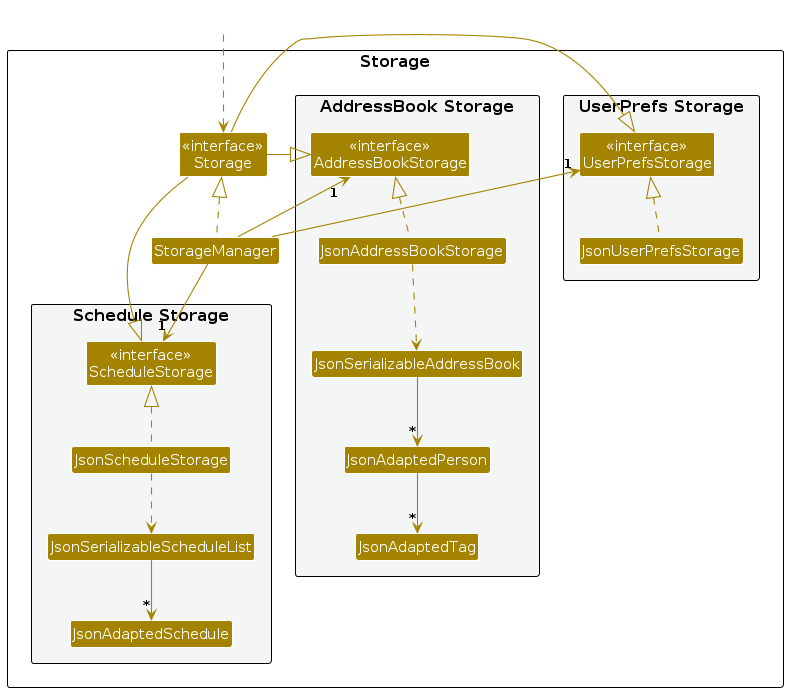
AY2324S2-CS2103T-W08-3/tp keeps this PlantUML diagram as diagrams/StorageClassDiagram.png. Above is the earlier version. Its source is kept beside it as diagrams/StorageClassDiagram.puml. Source of this version:
```plantuml
@startuml
!include style.puml
skinparam arrowThickness 1.1
skinparam arrowColor STORAGE_COLOR
skinparam classBackgroundColor STORAGE_COLOR

package Storage as StoragePackage {

package "UserPrefs Storage" #F4F6F6{
Class "<<interface>>\nUserPrefsStorage" as UserPrefsStorage
Class JsonUserPrefsStorage
}

Class "<<interface>>\nStorage" as Storage
Class StorageManager

package "AddressBook Storage" #F4F6F6{
Class "<<interface>>\nAddressBookStorage" as AddressBookStorage
Class JsonAddressBookStorage
Class JsonSerializableAddressBook
Class JsonAdaptedPerson
Class JsonAdaptedTag
}

package "Schedule Storage" #F4F6F6{
Class "<<interface>>\nScheduleStorage" as ScheduleStorage
Class JsonScheduleStorage
Class JsonSerializableScheduleList
Class JsonAdaptedSchedule
}

}

Class HiddenOutside #FFFFFF
HiddenOutside ..> Storage

StorageManager .up.|> Storage
StorageManager -up-> "1" UserPrefsStorage
StorageManager -up-> "1" AddressBookStorage
StorageManager -down-> "1" ScheduleStorage

Storage -left-|> UserPrefsStorage
Storage -right-|> AddressBookStorage
Storage -down-|> ScheduleStorage

JsonUserPrefsStorage .up.|> UserPrefsStorage
JsonAddressBookStorage .up.|> AddressBookStorage
JsonAddressBookStorage ..> JsonSerializableAddressBook
JsonSerializableAddressBook --> "*" JsonAdaptedPerson
JsonAdaptedPerson --> "*" JsonAdaptedTag

JsonScheduleStorage .up.|> ScheduleStorage
JsonScheduleStorage ..> JsonSerializableScheduleList
JsonSerializableScheduleList --> "*" JsonAdaptedSchedule

@enduml
```
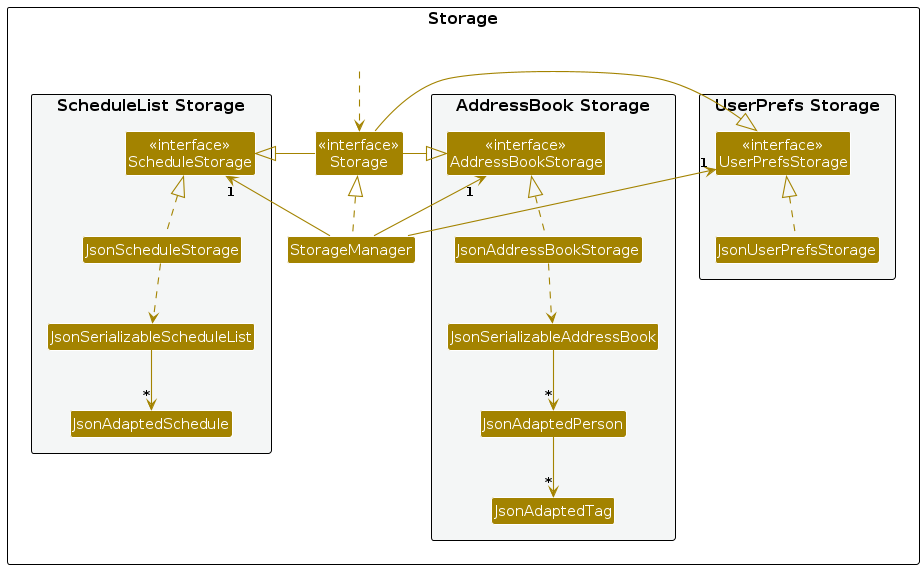
After the commit.

The edit, as a diff of the source:
```diff
@@ -22,12 +22,11 @@
 Class JsonAdaptedTag
 }
 
-package "Schedule Storage" #F4F6F6{
-Class "<<interface>>\nScheduleStorage" as ScheduleStorage
-Class JsonScheduleStorage
-Class JsonSerializableScheduleList
-Class JsonAdaptedSchedule
-}
+package "ScheduleList Storage" #F4F6F6 {
+    Class "<<interface>>\nScheduleStorage" as ScheduleStorage
+    Class JsonScheduleStorage
+    Class JsonSerializableScheduleList
+    Class JsonAdaptedSchedule
 
 }
 
@@ -37,11 +36,13 @@
 StorageManager .up.|> Storage
 StorageManager -up-> "1" UserPrefsStorage
 StorageManager -up-> "1" AddressBookStorage
-StorageManager -down-> "1" ScheduleStorage
+
+StorageManager -up-> "1" ScheduleStorage
 
 Storage -left-|> UserPrefsStorage
 Storage -right-|> AddressBookStorage
-Storage -down-|> ScheduleStorage
+Storage -right-|> ScheduleStorage
+
 
 JsonUserPrefsStorage .up.|> UserPrefsStorage
 JsonAddressBookStorage .up.|> AddressBookStorage
@@ -53,4 +54,5 @@
 JsonScheduleStorage ..> JsonSerializableScheduleList
 JsonSerializableScheduleList --> "*" JsonAdaptedSchedule
 
+
 @enduml
```
